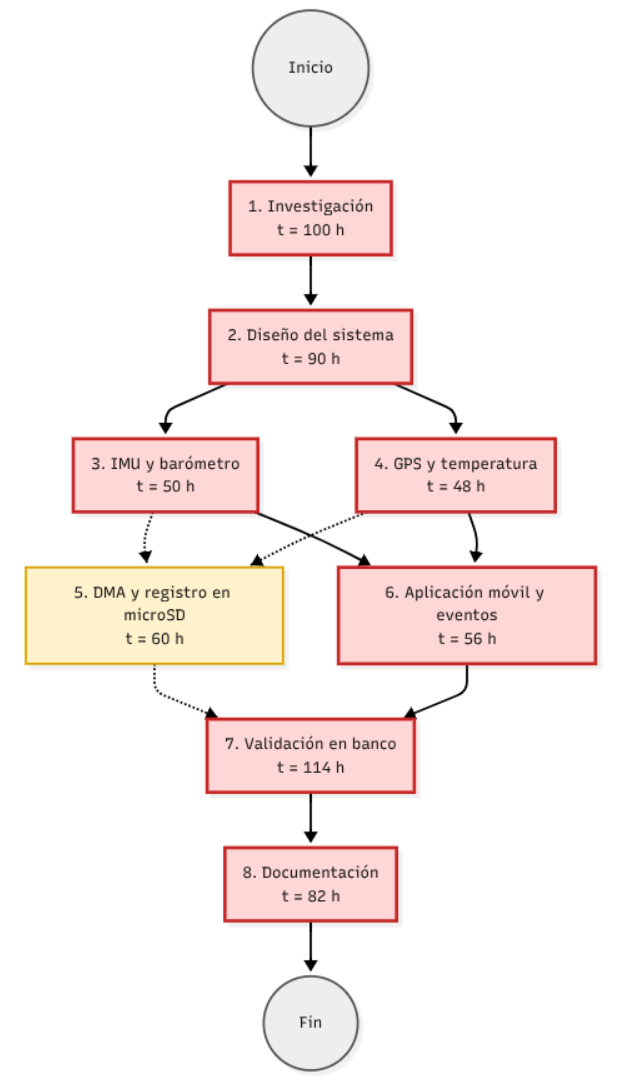
Before: Figuras/AoN.png, a diagram exported from Mermaid (tbotalla/cese-planificacion-agile). Its source is kept beside it as Figuras/aon.mmd. The source it was exported from:
```mermaid
flowchart TD
    INI((Inicio))

    INV["1. Investigación<br/>t = 100 h"]
    DIS["2. Diseño del sistema<br/>t = 90 h"]

    IMU_BAR["3. IMU y barómetro<br/>t = 50 h"]
    GPS_TEMP["4. GPS y temperatura<br/>t = 48 h"]

    DMA_SD["5. DMA y registro en microSD<br/>t = 60 h"]
    APP["6. Aplicación móvil y eventos<br/>t = 56 h"]
    VAL["7. Validación en banco<br/>t = 114 h"]
    DOC["8. Documentación<br/>t = 82 h"]

    FIN((Fin))

    INI --> INV --> DIS

    DIS --> IMU_BAR --> APP
    DIS --> GPS_TEMP --> APP

    IMU_BAR -.-> DMA_SD
    GPS_TEMP -.-> DMA_SD
    DMA_SD -.-> VAL

    APP --> VAL --> DOC --> FIN

    classDef critical fill:#ffd7d7,stroke:#c62828,stroke-width:3px,color:#111;
    classDef semicritical fill:#fff2cc,stroke:#d6a100,stroke-width:2px,color:#111;
    classDef terminal fill:#eeeeee,stroke:#555,stroke-width:2px,color:#111;

    class INV,DIS,IMU_BAR,GPS_TEMP,APP,VAL,DOC critical;
    class DMA_SD semicritical;
    class INI,FIN terminal;
```
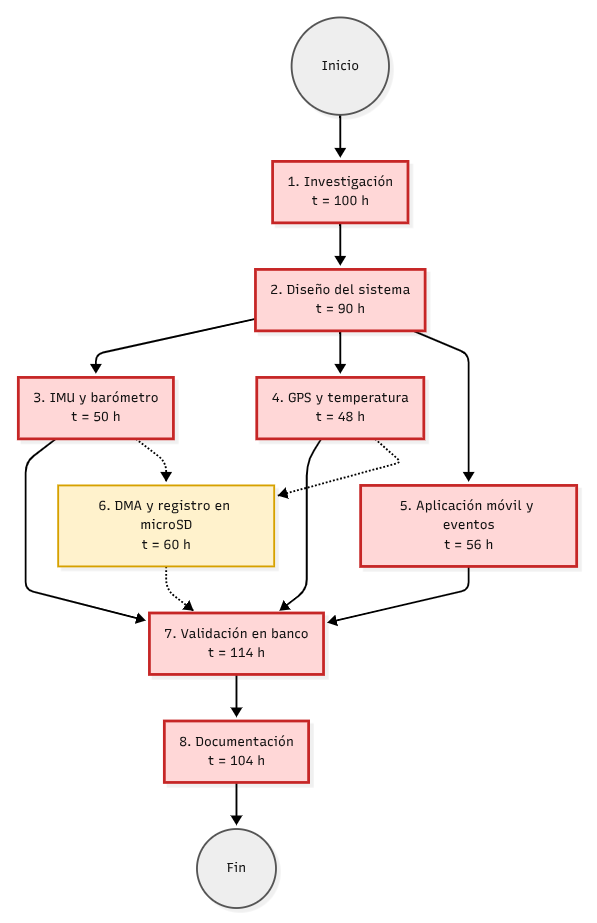
Later version of the same file.

The edit, as a diff of the source:
```diff
@@ -6,24 +6,25 @@
 
     IMU_BAR["3. IMU y barómetro<br/>t = 50 h"]
     GPS_TEMP["4. GPS y temperatura<br/>t = 48 h"]
+    APP["5. Aplicación móvil y eventos<br/>t = 56 h"]
 
-    DMA_SD["5. DMA y registro en microSD<br/>t = 60 h"]
-    APP["6. Aplicación móvil y eventos<br/>t = 56 h"]
+    DMA_SD["6. DMA y registro en microSD<br/>t = 60 h"]
     VAL["7. Validación en banco<br/>t = 114 h"]
-    DOC["8. Documentación<br/>t = 82 h"]
+    DOC["8. Documentación<br/>t = 104 h"]
 
     FIN((Fin))
 
     INI --> INV --> DIS
 
-    DIS --> IMU_BAR --> APP
-    DIS --> GPS_TEMP --> APP
+    DIS --> IMU_BAR --> VAL
+    DIS --> GPS_TEMP --> VAL
+    DIS --> APP --> VAL
 
     IMU_BAR -.-> DMA_SD
     GPS_TEMP -.-> DMA_SD
     DMA_SD -.-> VAL
 
-    APP --> VAL --> DOC --> FIN
+    VAL --> DOC --> FIN
 
     classDef critical fill:#ffd7d7,stroke:#c62828,stroke-width:3px,color:#111;
     classDef semicritical fill:#fff2cc,stroke:#d6a100,stroke-width:2px,color:#111;
```
